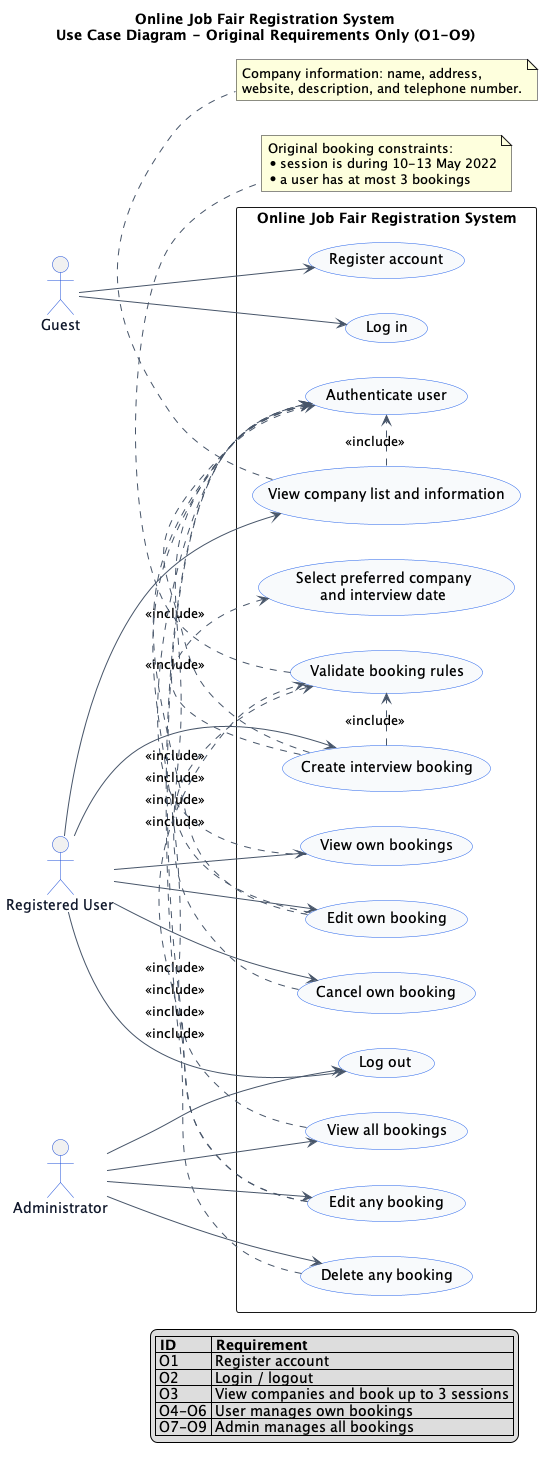
Before: docs/uml/use-case-original-requirements/use-case-original-requirements.png, a diagram exported from PlantUML (Noeyyneo/Project_Buttle).
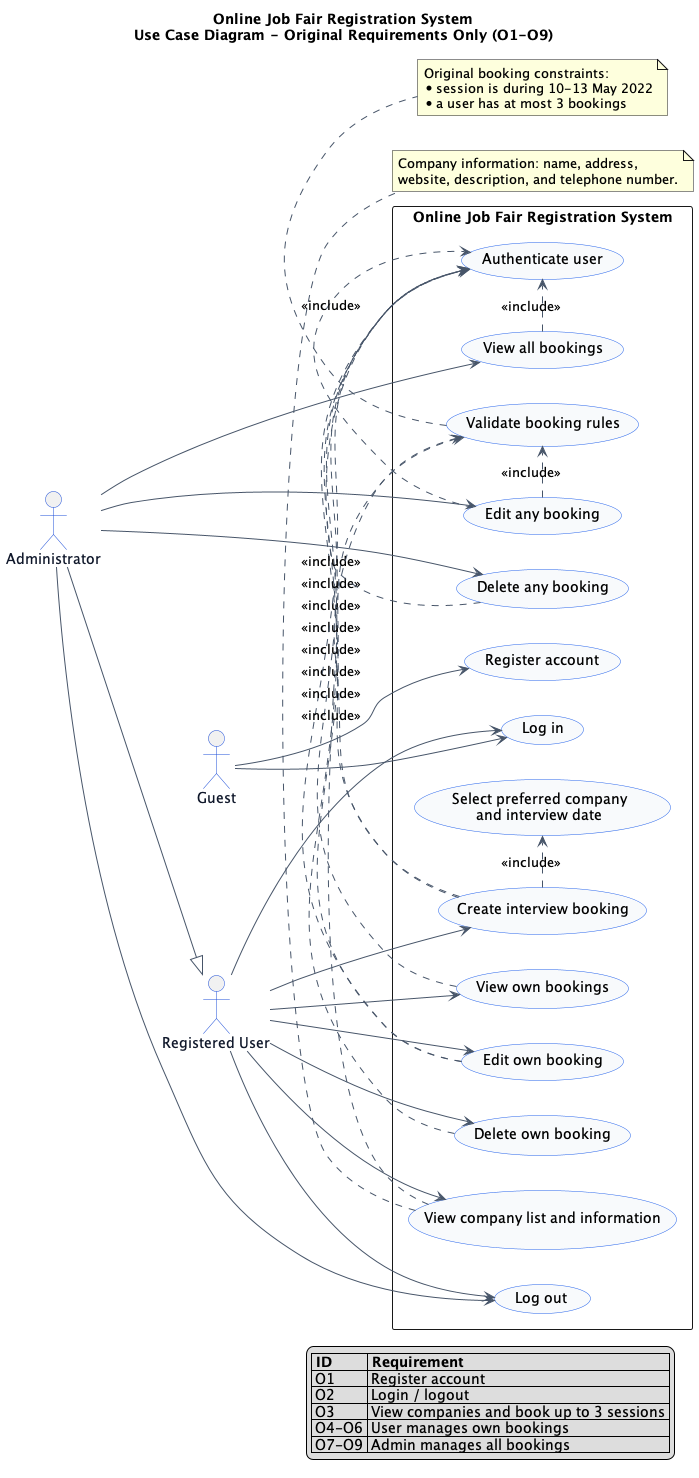
The same diagram one commit later.

Commit message:
update: use case diagram png

What changed in the source:
```diff
@@ -26,7 +26,7 @@
   usecase "Select preferred company\nand interview date" as UC_Select
   usecase "View own bookings" as UC_ViewOwn
   usecase "Edit own booking" as UC_EditOwn
-  usecase "Cancel own booking" as UC_CancelOwn
+  usecase "Delete own booking" as UC_DeleteOwn
   usecase "View all bookings" as UC_ViewAll
   usecase "Edit any booking" as UC_EditAny
   usecase "Delete any booking" as UC_DeleteAny
@@ -38,22 +38,25 @@
 Guest --> UC_Login
 
 User --> UC_Logout
+User --> UC_Login
 User --> UC_Companies
 User --> UC_Create
 User --> UC_ViewOwn
 User --> UC_EditOwn
-User --> UC_CancelOwn
+User --> UC_DeleteOwn
 
 Admin --> UC_Logout
 Admin --> UC_ViewAll
 Admin --> UC_EditAny
 Admin --> UC_DeleteAny
 
+Admin --|> User
+
 UC_Companies .> UC_Auth : <<include>>
 UC_Create .> UC_Auth : <<include>>
 UC_ViewOwn .> UC_Auth : <<include>>
 UC_EditOwn .> UC_Auth : <<include>>
-UC_CancelOwn .> UC_Auth : <<include>>
+UC_DeleteOwn .> UC_Auth : <<include>>
 UC_ViewAll .> UC_Auth : <<include>>
 UC_EditAny .> UC_Auth : <<include>>
 UC_DeleteAny .> UC_Auth : <<include>>
```
